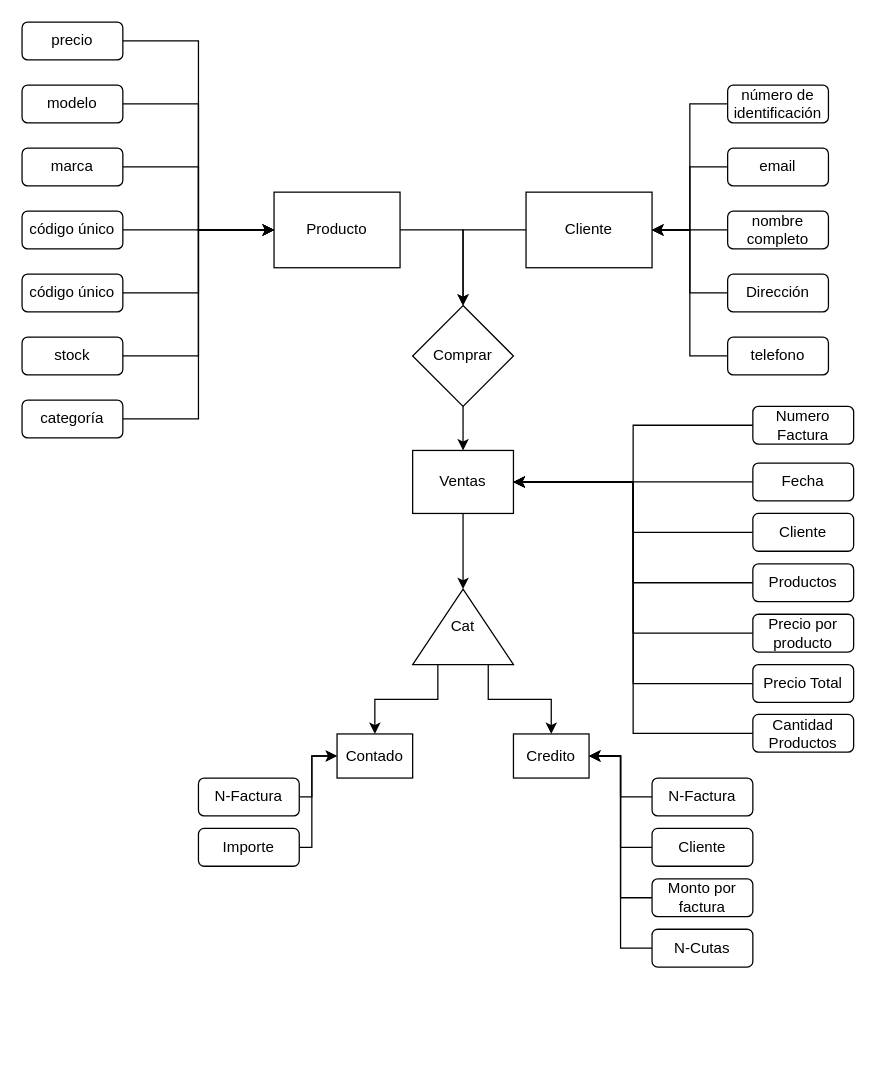
Before: Ejercicio 2 -  Tienda de Electrodomésticos/Diagrama sin título.drawio in baa4ts/Tareas, a draw.io diagram. Source tidied: cells renumbered, new cells numbered last; positions are measured from the earlier drawing's top-left corner, leaving out a move shared by most shapes. Both pictures are drawn from the tidied source at 126%, with x=0, y=0 at pixel (21, 21).
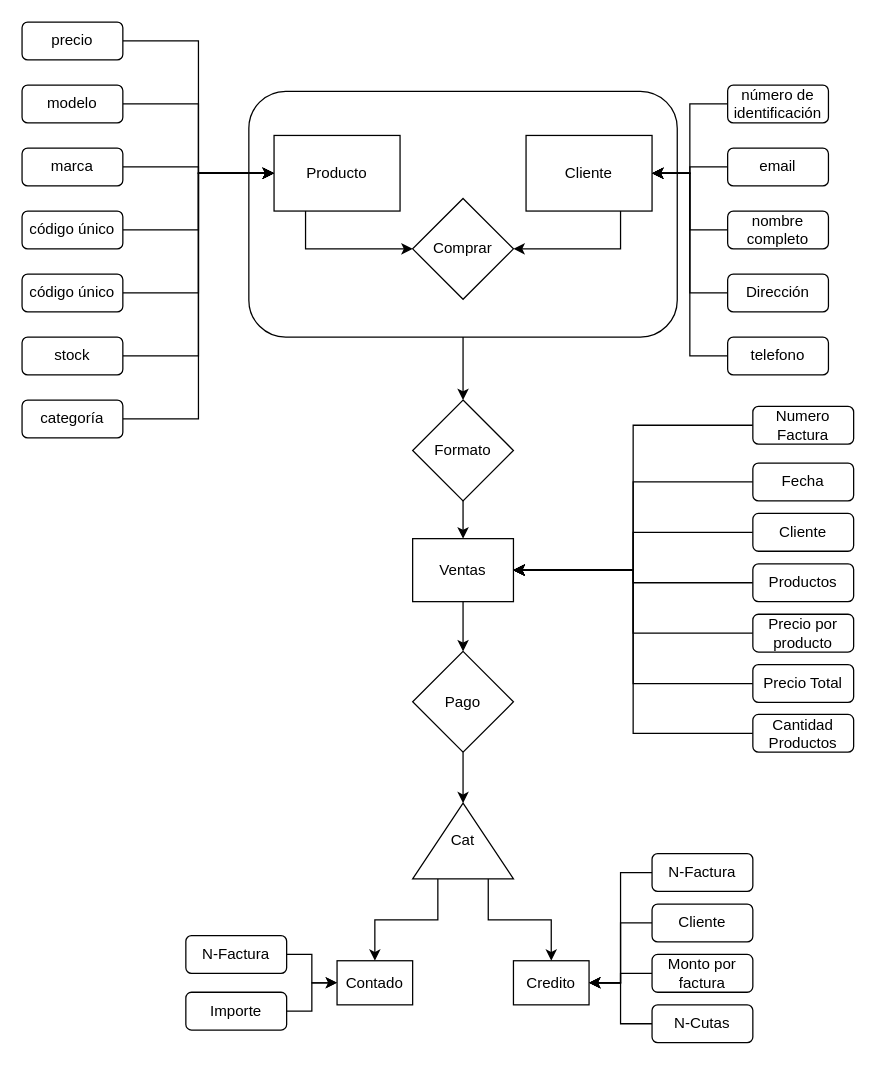
Above is the later version.

Commit message (it also covers changes not shown here):
Diagrama MERN

Unchanged cells that the change refers to:
```xml
<mxCell id="39" value="Cliente" style="rounded=1;whiteSpace=wrap;html=1;" parent="1" vertex="1">
  <mxGeometry x="580" y="390" width="80" height="30" as="geometry" />
</mxCell>
```

Diff of the diagram source:
```diff
@@
+    <mxCell id="65" style="edgeStyle=orthogonalEdgeStyle;rounded=0;jettySize=auto;html=1;entryX=0.5;entryY=0;entryDx=0;entryDy=0;" parent="1" edge="1" source="66" target="69">
+      <mxGeometry relative="1" as="geometry" />
+    </mxCell>
+    <mxCell id="66" style="rounded=1;whiteSpace=wrap;html=1;" parent="1" vertex="1">
+      <mxGeometry x="180" y="55" width="340" height="195" as="geometry" />
+    </mxCell>
-    <mxCell id="2" style="edgeStyle=orthogonalEdgeStyle;rounded=0;jettySize=auto;html=1;entryX=0.5;entryY=0;entryDx=0;entryDy=0;" parent="1" edge="1" source="3" target="31">
+    <mxCell id="2" style="edgeStyle=orthogonalEdgeStyle;rounded=0;jettySize=auto;html=1;exitX=0.25;exitY=1;exitDx=0;exitDy=0;" parent="1" edge="1" source="3" target="31">
       <mxGeometry relative="1" as="geometry" />
     </mxCell>
     <mxCell id="3" value="Producto" style="rounded=0;whiteSpace=wrap;html=1;" parent="1" vertex="1">
-      <mxGeometry x="200" y="135" width="100" height="60" as="geometry" />
+      <mxGeometry x="200" y="90" width="100" height="60" as="geometry" />
     </mxCell>
@@
-    <mxCell id="18" style="edgeStyle=orthogonalEdgeStyle;rounded=0;jettySize=auto;html=1;entryX=0.5;entryY=0;entryDx=0;entryDy=0;" parent="1" edge="1" source="19" target="31">
+    <mxCell id="18" style="edgeStyle=orthogonalEdgeStyle;rounded=0;jettySize=auto;html=1;exitX=0.75;exitY=1;exitDx=0;exitDy=0;entryX=1;entryY=0.5;entryDx=0;entryDy=0;" parent="1" edge="1" source="19" target="31">
       <mxGeometry relative="1" as="geometry" />
     </mxCell>
     <mxCell id="19" value="Cliente" style="rounded=0;whiteSpace=wrap;html=1;" parent="1" vertex="1">
-      <mxGeometry x="400" y="135" width="100" height="60" as="geometry" />
+      <mxGeometry x="400" y="90" width="100" height="60" as="geometry" />
     </mxCell>
@@
-    <mxCell id="30" style="edgeStyle=orthogonalEdgeStyle;rounded=0;jettySize=auto;html=1;" parent="1" edge="1" source="31" target="33">
-      <mxGeometry relative="1" as="geometry" />
-    </mxCell>
     <mxCell id="31" value="Comprar" style="rhombus;whiteSpace=wrap;html=1;" parent="1" vertex="1">
-      <mxGeometry x="310" y="225" width="80" height="80" as="geometry" />
+      <mxGeometry x="310" y="140" width="80" height="80" as="geometry" />
     </mxCell>
-    <mxCell id="32" style="edgeStyle=orthogonalEdgeStyle;rounded=0;jettySize=auto;html=1;entryX=1;entryY=0.5;entryDx=0;entryDy=0;" parent="1" edge="1" source="33" target="50">
-      <mxGeometry relative="1" as="geometry" />
-    </mxCell>
+    <mxCell id="67" style="edgeStyle=orthogonalEdgeStyle;rounded=0;jettySize=auto;html=1;entryX=0.5;entryY=0;entryDx=0;entryDy=0;" parent="1" edge="1" source="33" target="71">
+      <mxGeometry relative="1" as="geometry" />
+    </mxCell>
     <mxCell id="33" value="Ventas" style="rounded=0;whiteSpace=wrap;html=1;" parent="1" vertex="1">
-      <mxGeometry x="310" y="340" width="80" height="50" as="geometry" />
+      <mxGeometry x="310" y="410" width="80" height="50" as="geometry" />
     </mxCell>
@@
-    <mxCell id="38" style="edgeStyle=orthogonalEdgeStyle;rounded=0;jettySize=auto;html=1;" parent="1" edge="1" source="39" target="33">
+    <mxCell id="38" style="edgeStyle=orthogonalEdgeStyle;rounded=0;jettySize=auto;html=1;entryX=1;entryY=0.5;entryDx=0;entryDy=0;" parent="1" edge="1" source="39" target="33">
       <mxGeometry relative="1" as="geometry" />
     </mxCell>
@@
     <mxCell id="50" value="Cat" style="triangle;whiteSpace=wrap;html=1;direction=north;" parent="1" vertex="1">
-      <mxGeometry x="310" y="450" width="80" height="60" as="geometry" />
+      <mxGeometry x="310" y="620" width="80" height="60" as="geometry" />
     </mxCell>
     <mxCell id="51" value="Contado" style="rounded=0;whiteSpace=wrap;html=1;" parent="1" vertex="1">
-      <mxGeometry x="250" y="565" width="60" height="35" as="geometry" />
+      <mxGeometry x="250" y="745" width="60" height="35" as="geometry" />
     </mxCell>
     <mxCell id="52" value="Credito" style="rounded=0;whiteSpace=wrap;html=1;" parent="1" vertex="1">
-      <mxGeometry x="390" y="565" width="60" height="35" as="geometry" />
+      <mxGeometry x="390" y="745" width="60" height="35" as="geometry" />
     </mxCell>
@@
     <mxCell id="54" value="Cliente" style="rounded=1;whiteSpace=wrap;html=1;" parent="1" vertex="1">
-      <mxGeometry x="500" y="640" width="80" height="30" as="geometry" />
+      <mxGeometry x="500" y="700" width="80" height="30" as="geometry" />
     </mxCell>
@@
     <mxCell id="56" value="N-Factura" style="rounded=1;whiteSpace=wrap;html=1;" parent="1" vertex="1">
-      <mxGeometry x="500" y="600" width="80" height="30" as="geometry" />
+      <mxGeometry x="500" y="660" width="80" height="30" as="geometry" />
     </mxCell>
@@
     <mxCell id="58" value="Monto por factura" style="rounded=1;whiteSpace=wrap;html=1;" parent="1" vertex="1">
-      <mxGeometry x="500" y="680" width="80" height="30" as="geometry" />
+      <mxGeometry x="500" y="740" width="80" height="30" as="geometry" />
     </mxCell>
@@
     <mxCell id="60" value="N-Cutas" style="rounded=1;whiteSpace=wrap;html=1;" parent="1" vertex="1">
-      <mxGeometry x="500" y="720" width="80" height="30" as="geometry" />
+      <mxGeometry x="500" y="780" width="80" height="30" as="geometry" />
     </mxCell>
     <mxCell id="61" style="edgeStyle=orthogonalEdgeStyle;rounded=0;jettySize=auto;html=1;entryX=0;entryY=0.5;entryDx=0;entryDy=0;" parent="1" edge="1" source="62" target="51">
-      <mxGeometry relative="1" as="geometry">
-        <Array as="points">
-          <mxPoint x="230" y="655" />
-          <mxPoint x="230" y="582" />
-        </Array>
-      </mxGeometry>
+      <mxGeometry relative="1" as="geometry" />
     </mxCell>
     <mxCell id="62" value="Importe" style="rounded=1;whiteSpace=wrap;html=1;" parent="1" vertex="1">
-      <mxGeometry x="140" y="640" width="80" height="30" as="geometry" />
+      <mxGeometry x="130" y="770" width="80" height="30" as="geometry" />
     </mxCell>
     <mxCell id="63" style="edgeStyle=orthogonalEdgeStyle;rounded=0;jettySize=auto;html=1;entryX=0;entryY=0.5;entryDx=0;entryDy=0;" parent="1" edge="1" source="64" target="51">
-      <mxGeometry relative="1" as="geometry">
-        <Array as="points">
-          <mxPoint x="230" y="615" />
-          <mxPoint x="230" y="582" />
-        </Array>
-      </mxGeometry>
+      <mxGeometry relative="1" as="geometry" />
     </mxCell>
     <mxCell id="64" value="N-Factura" style="rounded=1;whiteSpace=wrap;html=1;" parent="1" vertex="1">
-      <mxGeometry x="140" y="600" width="80" height="30" as="geometry" />
+      <mxGeometry x="130" y="725" width="80" height="30" as="geometry" />
     </mxCell>
+    <mxCell id="68" style="edgeStyle=orthogonalEdgeStyle;rounded=0;jettySize=auto;html=1;" parent="1" edge="1" source="69" target="33">
+      <mxGeometry relative="1" as="geometry" />
+    </mxCell>
+    <mxCell id="69" value="Formato" style="rhombus;whiteSpace=wrap;html=1;" parent="1" vertex="1">
+      <mxGeometry x="310" y="300" width="80" height="80" as="geometry" />
+    </mxCell>
+    <mxCell id="70" style="edgeStyle=orthogonalEdgeStyle;rounded=0;jettySize=auto;html=1;entryX=1;entryY=0.5;entryDx=0;entryDy=0;" parent="1" edge="1" source="71" target="50">
+      <mxGeometry relative="1" as="geometry" />
+    </mxCell>
+    <mxCell id="71" value="Pago" style="rhombus;whiteSpace=wrap;html=1;" parent="1" vertex="1">
+      <mxGeometry x="310" y="499.5" width="80" height="80" as="geometry" />
+    </mxCell>
```
